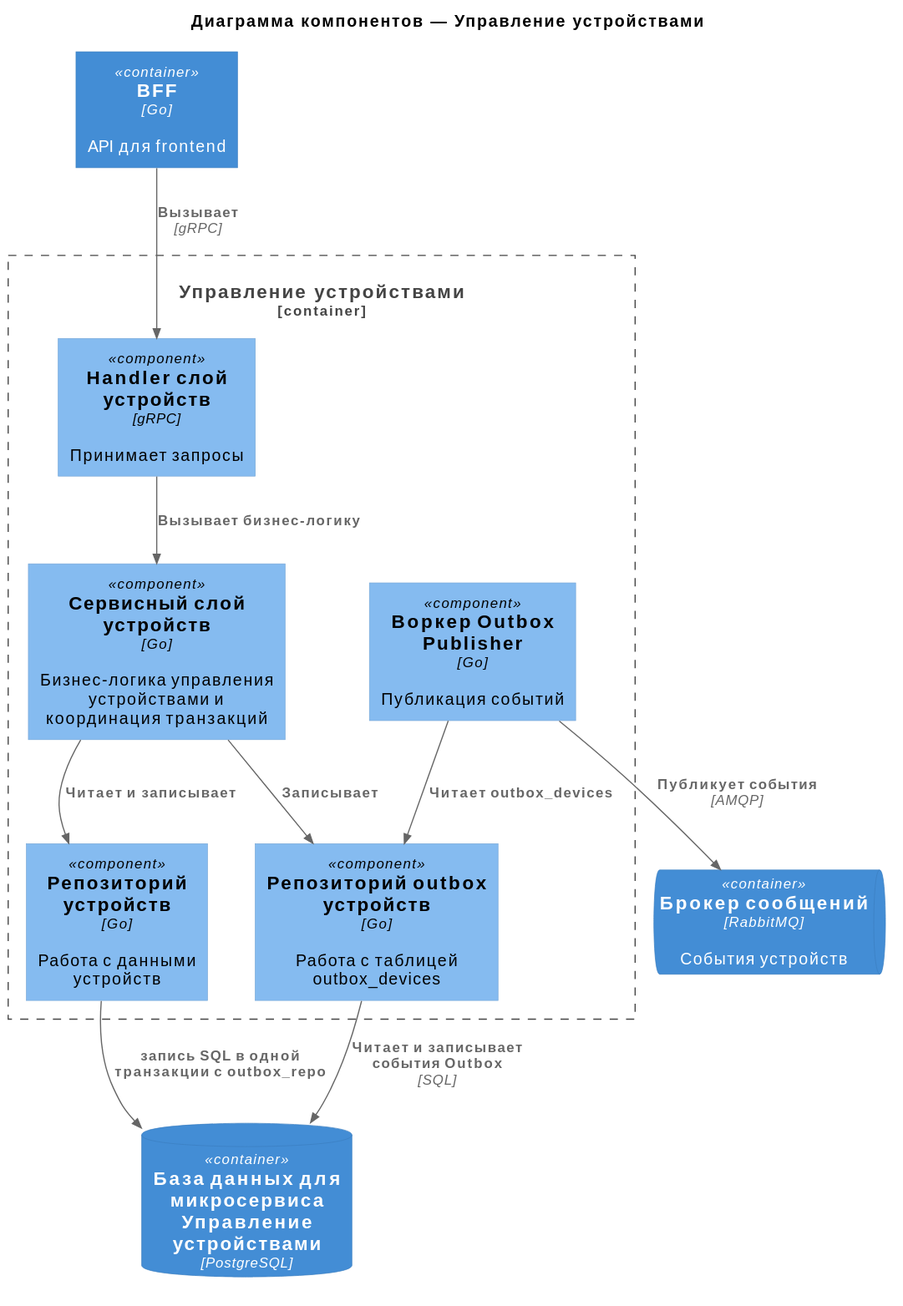
Earlier version of the PlantUML export schemas/2/component/components-devices.svg (NikolosHGW/architecture-pro-warmhouse). Its diagram source:
```plantuml
@startuml
!include <C4/C4_Component>

title Диаграмма компонентов — Управление устройствами

Container(bff, "BFF", "Go", "API для frontend")
ContainerDb(db, "База данных для микросервиса Управление устройствами", "PostgreSQL")
ContainerQueue(rabbit, "Брокер сообщений", "RabbitMQ", "События устройств")

Container_Boundary(devices, "Управление устройствами") {

    Component(device_handler, "Handler слой устройств", "gRPC", "Принимает запросы")

    Component(device_service, "Сервисный слой устройств", "Go", "Бизнес-логика управления устройствами и координация транзакций")

    Component(device_repo, "Репозиторий устройств", "Go", "Работа с данными устройств")

    Component(outbox_repo, "Репозиторий outbox устройств", "Go", "Работа с таблицей outbox_devices")

    Component(publisher, "Воркер Outbox Publisher", "Go", "Публикация событий")
}

Rel(bff, device_handler, "Вызывает", "gRPC")
Rel(device_handler, device_service, "Вызывает бизнес-логику")
Rel(device_service, device_repo, "Читает и записывает")
Rel(device_service, outbox_repo, "Записывает")
Rel(device_repo, db, "запись SQL в одной транзакции с outbox_repo")
Rel(outbox_repo, db, "Читает и записывает события Outbox", "SQL")
Rel(publisher, outbox_repo, "Читает outbox_devices")
Rel(publisher, rabbit, "Публикует события", "AMQP")
@enduml
```
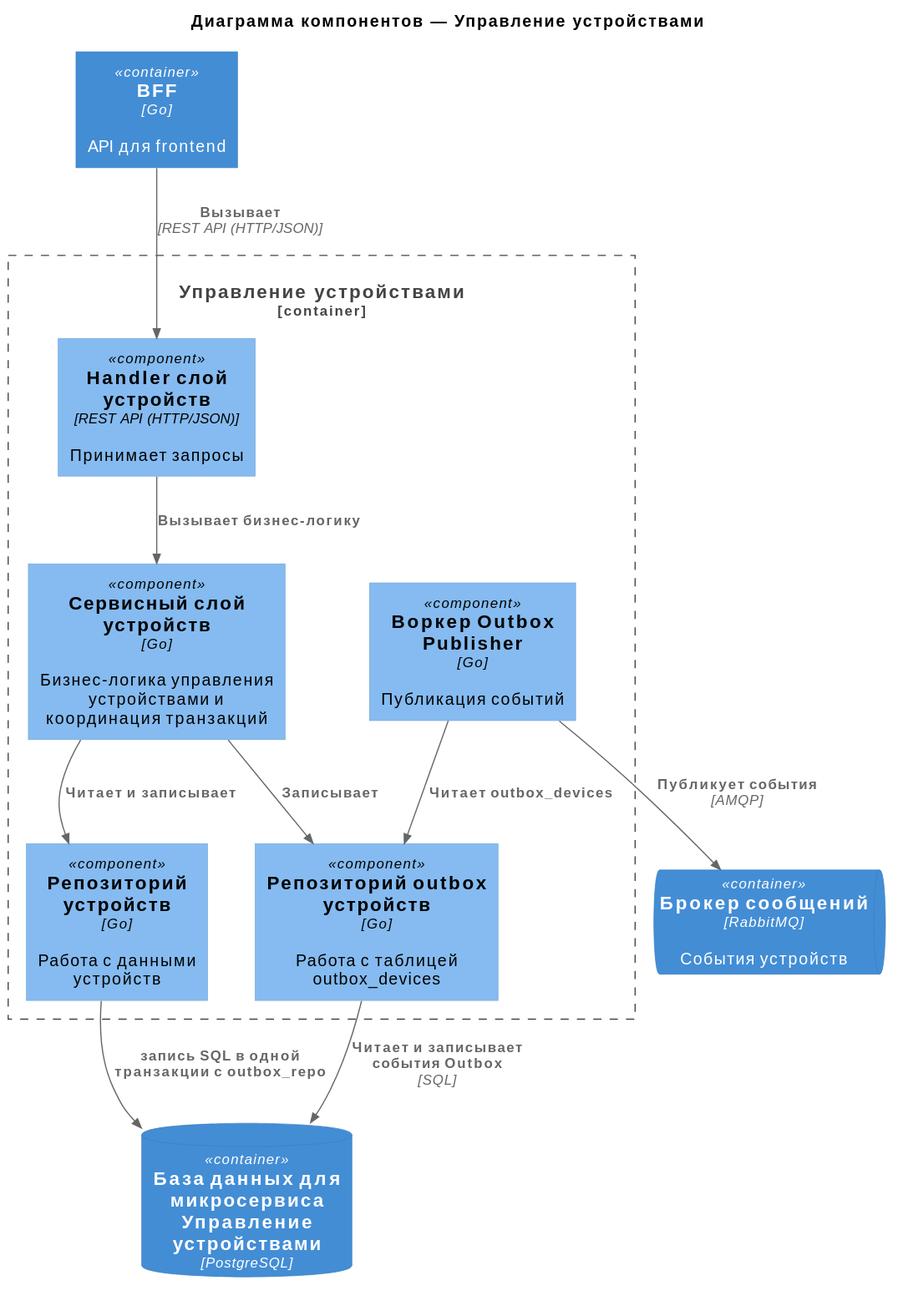
After the change.

What changed in the source:
```diff
@@ -9,7 +9,7 @@
 
 Container_Boundary(devices, "Управление устройствами") {
 
-    Component(device_handler, "Handler слой устройств", "gRPC", "Принимает запросы")
+    Component(device_handler, "Handler слой устройств", "REST API (HTTP/JSON)", "Принимает запросы")
 
     Component(device_service, "Сервисный слой устройств", "Go", "Бизнес-логика управления устройствами и координация транзакций")
 
@@ -20,7 +20,7 @@
     Component(publisher, "Воркер Outbox Publisher", "Go", "Публикация событий")
 }
 
-Rel(bff, device_handler, "Вызывает", "gRPC")
+Rel(bff, device_handler, "Вызывает", "REST API (HTTP/JSON)")
 Rel(device_handler, device_service, "Вызывает бизнес-логику")
 Rel(device_service, device_repo, "Читает и записывает")
 Rel(device_service, outbox_repo, "Записывает")
```
